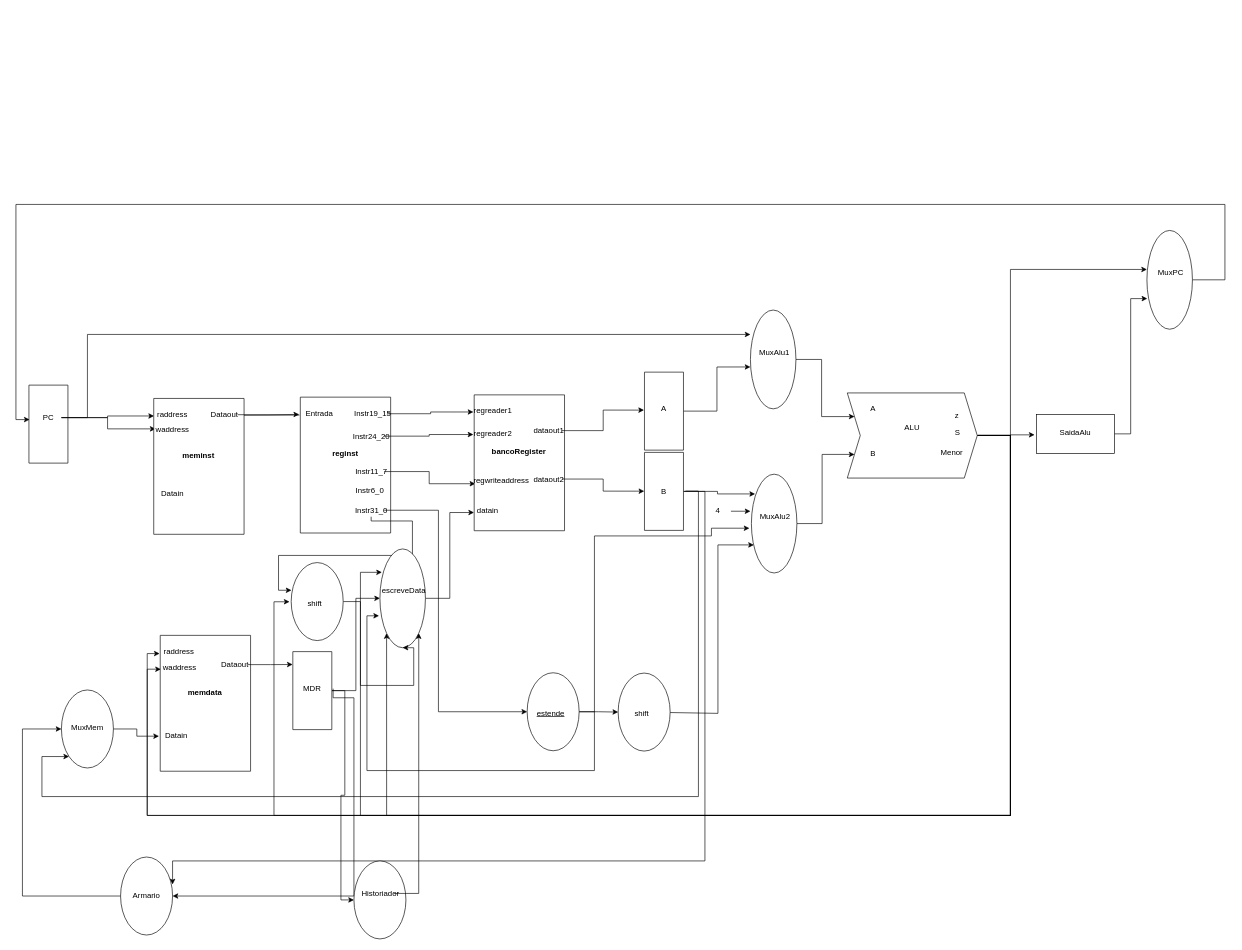
This is cpu.drawio from GabrielOlem/ProjetoHardware, a draw.io file, before an edit. Source tidied: cells renumbered, new cells numbered last; positions are measured from the earlier drawing's top-left corner, leaving out a move shared by most shapes. Both pictures are drawn from the tidied source at 65%, with x=0, y=0 at pixel (9, 204).
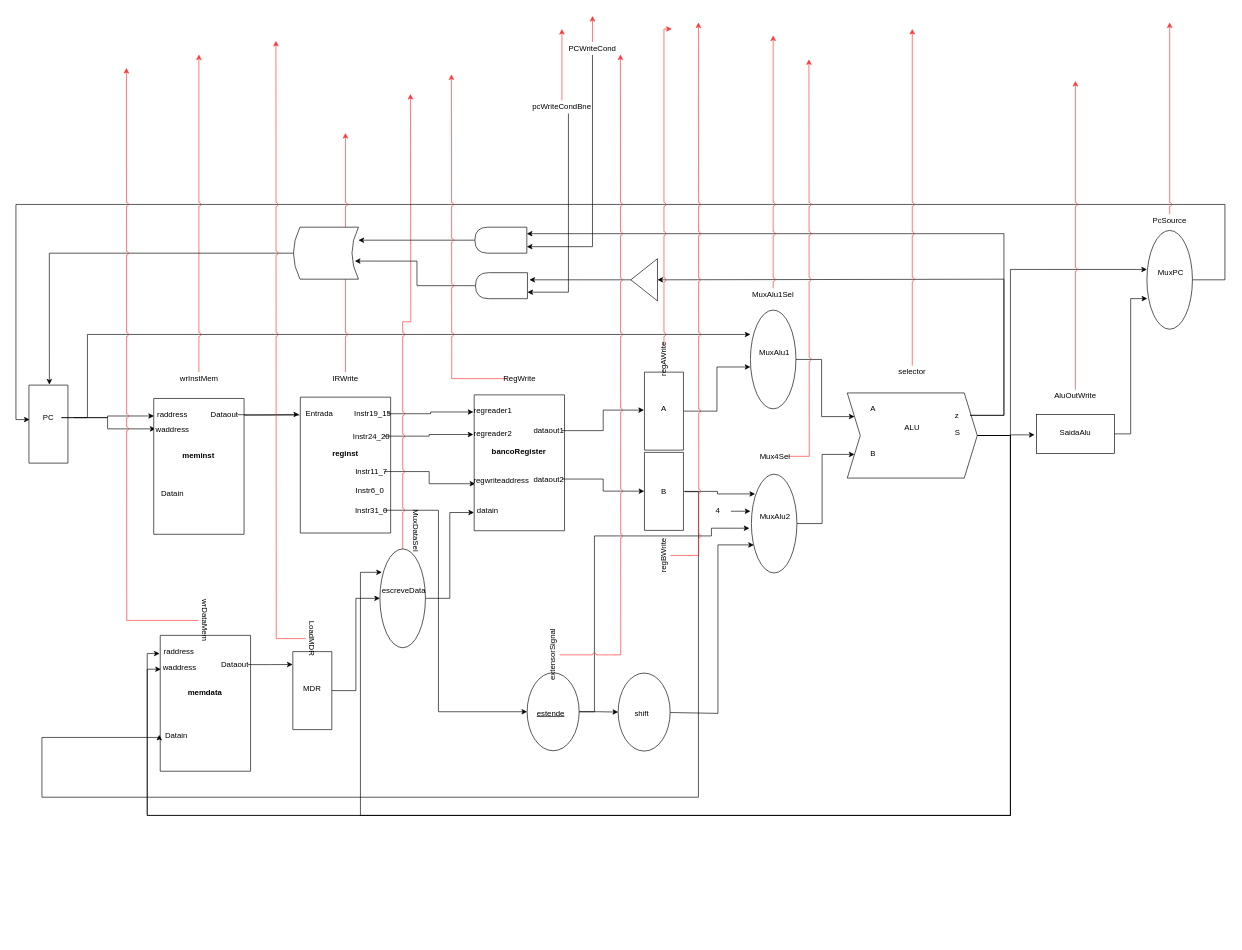
After the change.

The change refers to these unchanged cells:
```xml
<mxCell id="2" style="verticalLabelPosition=bottom;verticalAlign=top;html=1;shape=mxgraph.basic.rect;fillColor=#ffffff;fillColor2=none;strokeColor=#000000;strokeWidth=1;size=20;indent=5;rotation=90;" parent="1" vertex="1">
  <mxGeometry y="308" width="120" height="60" as="geometry" />
</mxCell>
<mxCell id="6" value="PC" style="text;html=1;strokeColor=none;fillColor=none;align=center;verticalAlign=middle;whiteSpace=wrap;rounded=0;" parent="1" vertex="1">
  <mxGeometry x="40" y="318" width="40" height="20" as="geometry" />
</mxCell>
<mxCell id="18" value="Instr31_0" style="text;html=1;strokeColor=none;fillColor=none;align=center;verticalAlign=middle;whiteSpace=wrap;rounded=0;direction=west;" parent="1" vertex="1">
  <mxGeometry x="536.5" y="460.5" width="40" height="20" as="geometry" />
</mxCell>
<mxCell id="29" style="verticalLabelPosition=bottom;verticalAlign=top;html=1;shape=mxgraph.basic.rect;fillColor=#ffffff;fillColor2=none;strokeColor=#000000;strokeWidth=1;size=20;indent=5;rotation=90;" parent="1" vertex="1">
  <mxGeometry x="197" y="698" width="209" height="139" as="geometry" />
</mxCell>
<mxCell id="46" style="verticalLabelPosition=bottom;verticalAlign=top;html=1;shape=mxgraph.basic.rect;fillColor=#ffffff;fillColor2=none;strokeColor=#000000;strokeWidth=1;size=20;indent=5;rotation=90;" parent="1" vertex="1">
  <mxGeometry x="406" y="718" width="120" height="60" as="geometry" />
</mxCell>
<mxCell id="61" style="verticalLabelPosition=bottom;verticalAlign=top;html=1;shape=mxgraph.basic.rect;fillColor=#ffffff;fillColor2=none;strokeColor=#000000;strokeWidth=1;size=20;indent=5;rotation=90;" parent="1" vertex="1">
  <mxGeometry x="947" y="411.5" width="120" height="60" as="geometry" />
</mxCell>
<mxCell id="71" style="shape=step;perimeter=stepPerimeter;whiteSpace=wrap;html=1;fixedSize=1;" parent="1" vertex="1">
  <mxGeometry x="1289" y="290" width="200" height="131" as="geometry" />
</mxCell>
<mxCell id="76" value="z" style="text;html=1;strokeColor=none;fillColor=none;align=center;verticalAlign=middle;whiteSpace=wrap;rounded=0;" parent="1" vertex="1">
  <mxGeometry x="1438" y="314.5" width="40" height="20" as="geometry" />
</mxCell>
<mxCell id="81" style="ellipse;whiteSpace=wrap;html=1;direction=south;" parent="1" vertex="1">
  <mxGeometry x="570" y="530" width="70" height="152" as="geometry" />
</mxCell>
<mxCell id="84" style="ellipse;whiteSpace=wrap;html=1;direction=south;" parent="1" vertex="1">
  <mxGeometry x="1140" y="162.5" width="70" height="152" as="geometry" />
</mxCell>
```

Diff of the diagram source:
```diff
@@
-    <mxCell id="5" style="edgeStyle=orthogonalEdgeStyle;rounded=0;jettySize=auto;html=1;entryX=0.247;entryY=1;entryDx=0;entryDy=0;entryPerimeter=0;" parent="1" edge="1" source="6" target="84">
+    <mxCell id="5" style="edgeStyle=orthogonalEdgeStyle;rounded=0;jettySize=auto;html=1;entryX=0.247;entryY=1;entryDx=0;entryDy=0;entryPerimeter=0;" parent="1" edge="1" target="84">
       <mxGeometry relative="1" as="geometry">
+        <mxPoint x="100" y="327" as="sourcePoint" />
         <Array as="points">
           <mxPoint x="120" y="328" />
           <mxPoint x="120" y="200" />
         </Array>
       </mxGeometry>
     </mxCell>
@@
-    <mxCell id="17" style="edgeStyle=orthogonalEdgeStyle;rounded=0;jettySize=auto;html=1;entryX=0.355;entryY=0.995;entryDx=0;entryDy=0;entryPerimeter=0;" parent="1" edge="1" source="18" target="98">
-      <mxGeometry relative="1" as="geometry">
-        <Array as="points">
-          <mxPoint x="620" y="487" />
-          <mxPoint x="620" y="540" />
-          <mxPoint x="414" y="540" />
-          <mxPoint x="414" y="594" />
-        </Array>
-      </mxGeometry>
-    </mxCell>
@@
-    <mxCell id="44" style="edgeStyle=orthogonalEdgeStyle;rounded=0;jettySize=auto;html=1;entryX=0.5;entryY=1;entryDx=0;entryDy=0;" parent="1" edge="1" source="46" target="100">
-      <mxGeometry relative="1" as="geometry" />
-    </mxCell>
-    <mxCell id="45" style="edgeStyle=orthogonalEdgeStyle;rounded=0;jettySize=auto;html=1;entryX=0.5;entryY=0;entryDx=0;entryDy=0;exitX=0.475;exitY=-0.033;exitDx=0;exitDy=0;exitPerimeter=0;" parent="1" edge="1" source="46" target="107">
-      <mxGeometry relative="1" as="geometry">
-        <Array as="points">
-          <mxPoint x="530" y="759" />
-          <mxPoint x="530" y="1064" />
-        </Array>
-      </mxGeometry>
-    </mxCell>
@@
-    <mxCell id="50" style="edgeStyle=orthogonalEdgeStyle;rounded=0;jettySize=auto;html=1;entryX=0.677;entryY=1.02;entryDx=0;entryDy=0;entryPerimeter=0;" parent="1" edge="1" target="81">
-      <mxGeometry relative="1" as="geometry">
-        <mxPoint x="900" y="780" as="sourcePoint" />
-        <Array as="points">
-          <mxPoint x="900" y="871" />
-          <mxPoint x="550" y="871" />
-          <mxPoint x="550" y="633" />
-        </Array>
-      </mxGeometry>
-    </mxCell>
@@
-    <mxCell id="60" style="edgeStyle=orthogonalEdgeStyle;rounded=0;jettySize=auto;html=1;entryX=0.351;entryY=0;entryDx=0;entryDy=0;entryPerimeter=0;" parent="1" edge="1" source="61" target="107">
-      <mxGeometry relative="1" as="geometry">
-        <Array as="points">
-          <mxPoint x="1070" y="442" />
-          <mxPoint x="1070" y="1010" />
-          <mxPoint x="251" y="1010" />
-        </Array>
-      </mxGeometry>
-    </mxCell>
@@
-    <mxCell id="62" style="edgeStyle=orthogonalEdgeStyle;rounded=0;jettySize=auto;html=1;entryX=1;entryY=1;entryDx=0;entryDy=0;" parent="1" edge="1" target="104">
+    <mxCell id="62" style="edgeStyle=orthogonalEdgeStyle;rounded=0;jettySize=auto;html=1;entryX=0.732;entryY=1.011;entryDx=0;entryDy=0;entryPerimeter=0;" parent="1" edge="1" target="29">
       <mxGeometry relative="1" as="geometry">
         <mxPoint x="1040" y="441" as="sourcePoint" />
         <Array as="points">
-          <mxPoint x="1060" y="441" />
-          <mxPoint x="1060" y="911" />
-          <mxPoint x="50" y="911" />
-          <mxPoint x="50" y="849" />
+          <mxPoint x="1060" y="442" />
+          <mxPoint x="1060" y="912" />
+          <mxPoint x="50" y="912" />
+          <mxPoint x="50" y="820" />
+          <mxPoint x="230" y="820" />
         </Array>
       </mxGeometry>
     </mxCell>
@@
-    <mxCell id="69" style="edgeStyle=orthogonalEdgeStyle;rounded=0;jettySize=auto;html=1;entryX=1;entryY=1;entryDx=0;entryDy=0;" parent="1" edge="1" target="81">
-      <mxGeometry relative="1" as="geometry">
-        <mxPoint x="1490" y="355" as="sourcePoint" />
-        <Array as="points">
-          <mxPoint x="1540" y="355" />
-          <mxPoint x="1540" y="940" />
-          <mxPoint x="580" y="940" />
-        </Array>
-      </mxGeometry>
-    </mxCell>
-    <mxCell id="70" style="edgeStyle=orthogonalEdgeStyle;rounded=0;jettySize=auto;html=1;entryX=0.5;entryY=1;entryDx=0;entryDy=0;exitX=1;exitY=0.5;exitDx=0;exitDy=0;" parent="1" edge="1" source="71">
-      <mxGeometry relative="1" as="geometry">
-        <mxPoint x="430.9" y="611.3" as="targetPoint" />
-        <Array as="points">
-          <mxPoint x="1489" y="355" />
-          <mxPoint x="1540" y="355" />
-          <mxPoint x="1540" y="940" />
-          <mxPoint x="407" y="940" />
-          <mxPoint x="407" y="611" />
-        </Array>
-      </mxGeometry>
-    </mxCell>
@@
+    <mxCell id="109" style="edgeStyle=orthogonalEdgeStyle;rounded=0;jettySize=auto;html=1;entryX=0;entryY=0.75;entryDx=0;entryDy=0;" parent="1" edge="1" source="76" target="116">
+      <mxGeometry relative="1" as="geometry">
+        <Array as="points">
+          <mxPoint x="1530" y="325" />
+          <mxPoint x="1530" y="45" />
+        </Array>
+      </mxGeometry>
+    </mxCell>
+    <mxCell id="110" style="edgeStyle=orthogonalEdgeStyle;rounded=0;jettySize=auto;html=1;entryX=0;entryY=0.5;entryDx=0;entryDy=0;" parent="1" edge="1" source="76" target="120">
+      <mxGeometry relative="1" as="geometry">
+        <Array as="points">
+          <mxPoint x="1530" y="325" />
+          <mxPoint x="1530" y="115" />
+        </Array>
+      </mxGeometry>
+    </mxCell>
@@
+    <mxCell id="111" style="edgeStyle=orthogonalEdgeStyle;rounded=0;jumpStyle=arc;jettySize=auto;html=1;fillColor=#f8cecc;strokeColor=#FF3333;" parent="1" edge="1" source="81">
+      <mxGeometry relative="1" as="geometry">
+        <mxPoint x="617" y="-170" as="targetPoint" />
+      </mxGeometry>
+    </mxCell>
@@
-    <mxCell id="96" value="Menor" style="text;html=1;strokeColor=none;fillColor=none;align=center;verticalAlign=middle;whiteSpace=wrap;rounded=0;" parent="1" vertex="1">
-      <mxGeometry x="1430" y="372" width="40" height="20" as="geometry" />
-    </mxCell>
-    <mxCell id="97" style="edgeStyle=orthogonalEdgeStyle;rounded=0;jettySize=auto;html=1;exitX=0.5;exitY=0;exitDx=0;exitDy=0;entryX=1;entryY=0.5;entryDx=0;entryDy=0;" parent="1" edge="1" source="98" target="81">
-      <mxGeometry relative="1" as="geometry">
-        <Array as="points">
-          <mxPoint x="540" y="611" />
-          <mxPoint x="540" y="740" />
-          <mxPoint x="622" y="740" />
-        </Array>
-      </mxGeometry>
-    </mxCell>
-    <mxCell id="98" style="ellipse;whiteSpace=wrap;html=1;rotation=90;" parent="1" vertex="1">
-      <mxGeometry x="413.5" y="571" width="120" height="80" as="geometry" />
-    </mxCell>
-    <mxCell id="99" value="shift" style="text;html=1;strokeColor=none;fillColor=none;align=center;verticalAlign=middle;whiteSpace=wrap;rounded=0;" parent="1" vertex="1">
-      <mxGeometry x="449.5" y="603.5" width="40" height="20" as="geometry" />
-    </mxCell>
-    <mxCell id="100" style="ellipse;whiteSpace=wrap;html=1;rotation=90;" parent="1" vertex="1">
-      <mxGeometry x="510" y="1030" width="120" height="80" as="geometry" />
-    </mxCell>
-    <mxCell id="101" style="edgeStyle=orthogonalEdgeStyle;rounded=0;jettySize=auto;html=1;entryX=1;entryY=0;entryDx=0;entryDy=0;" parent="1" edge="1" source="102" target="81">
-      <mxGeometry relative="1" as="geometry">
-        <Array as="points">
-          <mxPoint x="630" y="1060" />
-        </Array>
-      </mxGeometry>
-    </mxCell>
-    <mxCell id="102" value="Historiador" style="text;html=1;strokeColor=none;fillColor=none;align=center;verticalAlign=middle;whiteSpace=wrap;rounded=0;" parent="1" vertex="1">
-      <mxGeometry x="551" y="1050" width="40" height="20" as="geometry" />
-    </mxCell>
-    <mxCell id="103" style="edgeStyle=orthogonalEdgeStyle;rounded=0;jettySize=auto;html=1;entryX=0.742;entryY=1.014;entryDx=0;entryDy=0;entryPerimeter=0;" parent="1" edge="1" source="104" target="29">
-      <mxGeometry relative="1" as="geometry" />
-    </mxCell>
-    <mxCell id="104" style="ellipse;whiteSpace=wrap;html=1;rotation=90;" parent="1" vertex="1">
-      <mxGeometry x="60" y="767" width="120" height="80" as="geometry" />
-    </mxCell>
-    <mxCell id="105" value="MuxMem" style="text;html=1;strokeColor=none;fillColor=none;align=center;verticalAlign=middle;whiteSpace=wrap;rounded=0;" parent="1" vertex="1">
-      <mxGeometry x="100" y="795" width="40" height="20" as="geometry" />
-    </mxCell>
-    <mxCell id="106" style="edgeStyle=orthogonalEdgeStyle;rounded=0;jettySize=auto;html=1;entryX=0.5;entryY=1;entryDx=0;entryDy=0;" parent="1" edge="1" source="107" target="104">
-      <mxGeometry relative="1" as="geometry">
-        <Array as="points">
-          <mxPoint x="20" y="1064" />
-          <mxPoint x="20" y="807" />
-        </Array>
-      </mxGeometry>
-    </mxCell>
-    <mxCell id="107" style="ellipse;whiteSpace=wrap;html=1;rotation=90;" parent="1" vertex="1">
-      <mxGeometry x="151" y="1024" width="120" height="80" as="geometry" />
-    </mxCell>
-    <mxCell id="108" value="Armario" style="text;html=1;strokeColor=none;fillColor=none;align=center;verticalAlign=middle;whiteSpace=wrap;rounded=0;" parent="1" vertex="1">
-      <mxGeometry x="191" y="1054" width="40" height="20" as="geometry" />
-    </mxCell>
+    <mxCell id="112" style="edgeStyle=orthogonalEdgeStyle;rounded=0;jumpStyle=arc;jettySize=auto;html=1;strokeColor=#FF3333;" parent="1" edge="1" source="113">
+      <mxGeometry relative="1" as="geometry">
+        <mxPoint x="291.5" y="-230.8" as="targetPoint" />
+      </mxGeometry>
+    </mxCell>
+    <mxCell id="113" value="wrInstMem" style="text;html=1;strokeColor=none;fillColor=none;align=center;verticalAlign=middle;whiteSpace=wrap;rounded=0;" parent="1" vertex="1">
+      <mxGeometry x="271.5" y="258" width="40" height="20" as="geometry" />
+    </mxCell>
+    <mxCell id="114" style="edgeStyle=orthogonalEdgeStyle;rounded=0;jettySize=auto;html=1;entryX=-0.007;entryY=0.476;entryDx=0;entryDy=0;entryPerimeter=0;" parent="1" edge="1" source="146" target="2">
+      <mxGeometry relative="1" as="geometry" />
+    </mxCell>
+    <mxCell id="115" style="edgeStyle=orthogonalEdgeStyle;rounded=0;jettySize=auto;html=1;entryX=1;entryY=0.25;entryDx=0;entryDy=0;" parent="1" edge="1" source="116" target="146">
+      <mxGeometry relative="1" as="geometry" />
+    </mxCell>
+    <mxCell id="116" style="shape=delay;whiteSpace=wrap;html=1;rotation=180;" parent="1" vertex="1">
+      <mxGeometry x="716" y="35" width="80" height="40" as="geometry" />
+    </mxCell>
+    <mxCell id="117" style="edgeStyle=orthogonalEdgeStyle;rounded=0;jettySize=auto;html=1;entryX=0.944;entryY=0.652;entryDx=0;entryDy=0;entryPerimeter=0;" parent="1" edge="1" source="118" target="146">
+      <mxGeometry relative="1" as="geometry" />
+    </mxCell>
+    <mxCell id="118" style="shape=delay;whiteSpace=wrap;html=1;rotation=180;" parent="1" vertex="1">
+      <mxGeometry x="717" y="105" width="80" height="40" as="geometry" />
+    </mxCell>
+    <mxCell id="119" style="edgeStyle=orthogonalEdgeStyle;rounded=0;jettySize=auto;html=1;" parent="1" edge="1" source="120">
+      <mxGeometry relative="1" as="geometry">
+        <mxPoint x="800" y="116" as="targetPoint" />
+      </mxGeometry>
+    </mxCell>
+    <mxCell id="120" style="triangle;whiteSpace=wrap;html=1;rotation=180;" parent="1" vertex="1">
+      <mxGeometry x="956" y="83.5" width="41" height="65" as="geometry" />
+    </mxCell>
+    <mxCell id="121" style="edgeStyle=orthogonalEdgeStyle;rounded=0;jettySize=auto;html=1;entryX=0;entryY=0.25;entryDx=0;entryDy=0;" parent="1" edge="1" source="123" target="116">
+      <mxGeometry relative="1" as="geometry">
+        <Array as="points">
+          <mxPoint x="897" y="65" />
+        </Array>
+      </mxGeometry>
+    </mxCell>
+    <mxCell id="122" style="edgeStyle=orthogonalEdgeStyle;rounded=0;jumpStyle=arc;jettySize=auto;html=1;strokeColor=#FF3333;" parent="1" edge="1" source="123">
+      <mxGeometry relative="1" as="geometry">
+        <mxPoint x="897" y="-290" as="targetPoint" />
+      </mxGeometry>
+    </mxCell>
+    <mxCell id="123" value="PCWriteCond" style="text;html=1;strokeColor=none;fillColor=none;align=center;verticalAlign=middle;whiteSpace=wrap;rounded=0;" parent="1" vertex="1">
+      <mxGeometry x="877" y="-250" width="40" height="20" as="geometry" />
+    </mxCell>
+    <mxCell id="124" style="edgeStyle=orthogonalEdgeStyle;rounded=0;jettySize=auto;html=1;entryX=0;entryY=0.25;entryDx=0;entryDy=0;" parent="1" edge="1" source="126" target="118">
+      <mxGeometry relative="1" as="geometry">
+        <Array as="points">
+          <mxPoint x="860" y="135" />
+        </Array>
+      </mxGeometry>
+    </mxCell>
+    <mxCell id="125" style="edgeStyle=orthogonalEdgeStyle;rounded=0;jumpStyle=arc;jettySize=auto;html=1;strokeColor=#FF3333;" parent="1" edge="1" source="126">
+      <mxGeometry relative="1" as="geometry">
+        <mxPoint x="850" y="-270" as="targetPoint" />
+      </mxGeometry>
+    </mxCell>
+    <mxCell id="126" value="pcWriteCondBne" style="text;html=1;strokeColor=none;fillColor=none;align=center;verticalAlign=middle;whiteSpace=wrap;rounded=0;" parent="1" vertex="1">
+      <mxGeometry x="830" y="-160" width="40" height="20" as="geometry" />
+    </mxCell>
+    <mxCell id="127" style="edgeStyle=orthogonalEdgeStyle;rounded=0;jumpStyle=arc;jettySize=auto;html=1;strokeColor=#FF3333;" parent="1" edge="1" source="128">
+      <mxGeometry relative="1" as="geometry">
+        <mxPoint x="517" y="-110" as="targetPoint" />
+      </mxGeometry>
+    </mxCell>
+    <mxCell id="128" value="IRWrite" style="text;html=1;strokeColor=none;fillColor=none;align=center;verticalAlign=middle;whiteSpace=wrap;rounded=0;" parent="1" vertex="1">
+      <mxGeometry x="497" y="258" width="40" height="20" as="geometry" />
+    </mxCell>
+    <mxCell id="129" style="edgeStyle=orthogonalEdgeStyle;rounded=0;jumpStyle=arc;jettySize=auto;html=1;strokeColor=#FF3333;" parent="1" edge="1" source="130">
+      <mxGeometry relative="1" as="geometry">
+        <mxPoint x="680" y="-200" as="targetPoint" />
+      </mxGeometry>
+    </mxCell>
+    <mxCell id="130" value="RegWrite" style="text;html=1;strokeColor=none;fillColor=none;align=center;verticalAlign=middle;whiteSpace=wrap;rounded=0;" parent="1" vertex="1">
+      <mxGeometry x="765" y="258" width="40" height="20" as="geometry" />
+    </mxCell>
+    <mxCell id="131" style="edgeStyle=orthogonalEdgeStyle;rounded=0;jumpStyle=arc;jettySize=auto;html=1;strokeColor=#FF3333;" parent="1" edge="1" source="132">
+      <mxGeometry relative="1" as="geometry">
+        <mxPoint x="1019" y="-270" as="targetPoint" />
+        <Array as="points">
+          <mxPoint x="1007" y="-270" />
+        </Array>
+      </mxGeometry>
+    </mxCell>
+    <mxCell id="132" value="regAWrite" style="text;html=1;strokeColor=none;fillColor=none;align=center;verticalAlign=middle;whiteSpace=wrap;rounded=0;rotation=-90;" parent="1" vertex="1">
+      <mxGeometry x="987" y="228" width="40" height="20" as="geometry" />
+    </mxCell>
+    <mxCell id="133" style="edgeStyle=orthogonalEdgeStyle;rounded=0;jumpStyle=arc;jettySize=auto;html=1;strokeColor=#FF3333;" parent="1" edge="1" source="134">
+      <mxGeometry relative="1" as="geometry">
+        <mxPoint x="1060" y="-280" as="targetPoint" />
+      </mxGeometry>
+    </mxCell>
+    <mxCell id="134" value="regBWrite" style="text;html=1;strokeColor=none;fillColor=none;align=center;verticalAlign=middle;whiteSpace=wrap;rounded=0;rotation=-90;" parent="1" vertex="1">
+      <mxGeometry x="987" y="530" width="40" height="20" as="geometry" />
+    </mxCell>
+    <mxCell id="135" style="edgeStyle=orthogonalEdgeStyle;rounded=0;jumpStyle=arc;jettySize=auto;html=1;strokeColor=#FF3333;" parent="1" edge="1" source="136">
+      <mxGeometry relative="1" as="geometry">
+        <mxPoint x="1175" y="-260" as="targetPoint" />
+      </mxGeometry>
+    </mxCell>
+    <mxCell id="136" value="MuxAlu1Sel" style="text;html=1;strokeColor=none;fillColor=none;align=center;verticalAlign=middle;whiteSpace=wrap;rounded=0;" parent="1" vertex="1">
+      <mxGeometry x="1155" y="129" width="40" height="20" as="geometry" />
+    </mxCell>
+    <mxCell id="137" style="edgeStyle=orthogonalEdgeStyle;rounded=0;jumpStyle=arc;jettySize=auto;html=1;strokeColor=#FF3333;" parent="1" edge="1" source="138">
+      <mxGeometry relative="1" as="geometry">
+        <mxPoint x="1389" y="-270" as="targetPoint" />
+      </mxGeometry>
+    </mxCell>
+    <mxCell id="138" value="selector" style="text;html=1;strokeColor=none;fillColor=none;align=center;verticalAlign=middle;whiteSpace=wrap;rounded=0;" parent="1" vertex="1">
+      <mxGeometry x="1369" y="248" width="40" height="20" as="geometry" />
+    </mxCell>
+    <mxCell id="139" style="edgeStyle=orthogonalEdgeStyle;rounded=0;jumpStyle=arc;jettySize=auto;html=1;strokeColor=#FF3333;" parent="1" edge="1" source="140">
+      <mxGeometry relative="1" as="geometry">
+        <mxPoint x="1640" y="-190" as="targetPoint" />
+      </mxGeometry>
+    </mxCell>
+    <mxCell id="140" value="AluOutWrite" style="text;html=1;strokeColor=none;fillColor=none;align=center;verticalAlign=middle;whiteSpace=wrap;rounded=0;" parent="1" vertex="1">
+      <mxGeometry x="1620" y="285" width="40" height="20" as="geometry" />
+    </mxCell>
+    <mxCell id="141" value="MuxDataSel" style="text;html=1;strokeColor=none;fillColor=none;align=center;verticalAlign=middle;whiteSpace=wrap;rounded=0;rotation=90;" parent="1" vertex="1">
+      <mxGeometry x="605" y="492" width="40" height="20" as="geometry" />
+    </mxCell>
+    <mxCell id="142" style="edgeStyle=orthogonalEdgeStyle;rounded=0;jumpStyle=arc;jettySize=auto;html=1;strokeColor=#FF3333;" parent="1" edge="1" source="143">
+      <mxGeometry relative="1" as="geometry">
+        <mxPoint x="1785" y="-280" as="targetPoint" />
+      </mxGeometry>
+    </mxCell>
+    <mxCell id="143" value="PcSource" style="text;html=1;strokeColor=none;fillColor=none;align=center;verticalAlign=middle;whiteSpace=wrap;rounded=0;" parent="1" vertex="1">
+      <mxGeometry x="1765" y="15" width="40" height="20" as="geometry" />
+    </mxCell>
+    <mxCell id="144" style="edgeStyle=orthogonalEdgeStyle;rounded=0;jumpStyle=arc;jettySize=auto;html=1;strokeColor=#FF3333;" parent="1" edge="1" source="145">
+      <mxGeometry relative="1" as="geometry">
+        <mxPoint x="1230" y="-223.3" as="targetPoint" />
+      </mxGeometry>
+    </mxCell>
+    <mxCell id="145" value="Mux4Sel" style="text;html=1;strokeColor=none;fillColor=none;align=center;verticalAlign=middle;whiteSpace=wrap;rounded=0;" parent="1" vertex="1">
+      <mxGeometry x="1158" y="377.5" width="40" height="20" as="geometry" />
+    </mxCell>
+    <mxCell id="146" style="shape=dataStorage;whiteSpace=wrap;html=1;" parent="1" vertex="1">
+      <mxGeometry x="437" y="35" width="100" height="80" as="geometry" />
+    </mxCell>
+    <mxCell id="147" style="edgeStyle=orthogonalEdgeStyle;rounded=0;jumpStyle=arc;jettySize=auto;html=1;strokeColor=#FF3333;" parent="1" edge="1" source="148">
+      <mxGeometry relative="1" as="geometry">
+        <mxPoint x="180" y="-210" as="targetPoint" />
+      </mxGeometry>
+    </mxCell>
+    <mxCell id="148" value="wrDataMem" style="text;html=1;strokeColor=none;fillColor=none;align=center;verticalAlign=middle;whiteSpace=wrap;rounded=0;rotation=90;" parent="1" vertex="1">
+      <mxGeometry x="281" y="630" width="40" height="20" as="geometry" />
+    </mxCell>
+    <mxCell id="149" style="edgeStyle=orthogonalEdgeStyle;rounded=0;jumpStyle=arc;jettySize=auto;html=1;strokeColor=#FF3333;" parent="1" edge="1" source="150">
+      <mxGeometry relative="1" as="geometry">
+        <mxPoint x="410" y="-251.7" as="targetPoint" />
+      </mxGeometry>
+    </mxCell>
+    <mxCell id="150" value="LoadMDR" style="text;html=1;strokeColor=none;fillColor=none;align=center;verticalAlign=middle;whiteSpace=wrap;rounded=0;rotation=90;" parent="1" vertex="1">
+      <mxGeometry x="446" y="658" width="40" height="20" as="geometry" />
+    </mxCell>
+    <mxCell id="151" style="edgeStyle=orthogonalEdgeStyle;rounded=0;jumpStyle=arc;jettySize=auto;html=1;strokeColor=#FF3333;" parent="1" edge="1" source="152">
+      <mxGeometry relative="1" as="geometry">
+        <mxPoint x="940" y="-230.8" as="targetPoint" />
+      </mxGeometry>
+    </mxCell>
+    <mxCell id="152" value="extensorSignal" style="text;html=1;strokeColor=none;fillColor=none;align=center;verticalAlign=middle;whiteSpace=wrap;rounded=0;rotation=-90;" parent="1" vertex="1">
+      <mxGeometry x="816.5" y="683" width="40" height="20" as="geometry" />
+    </mxCell>
```
